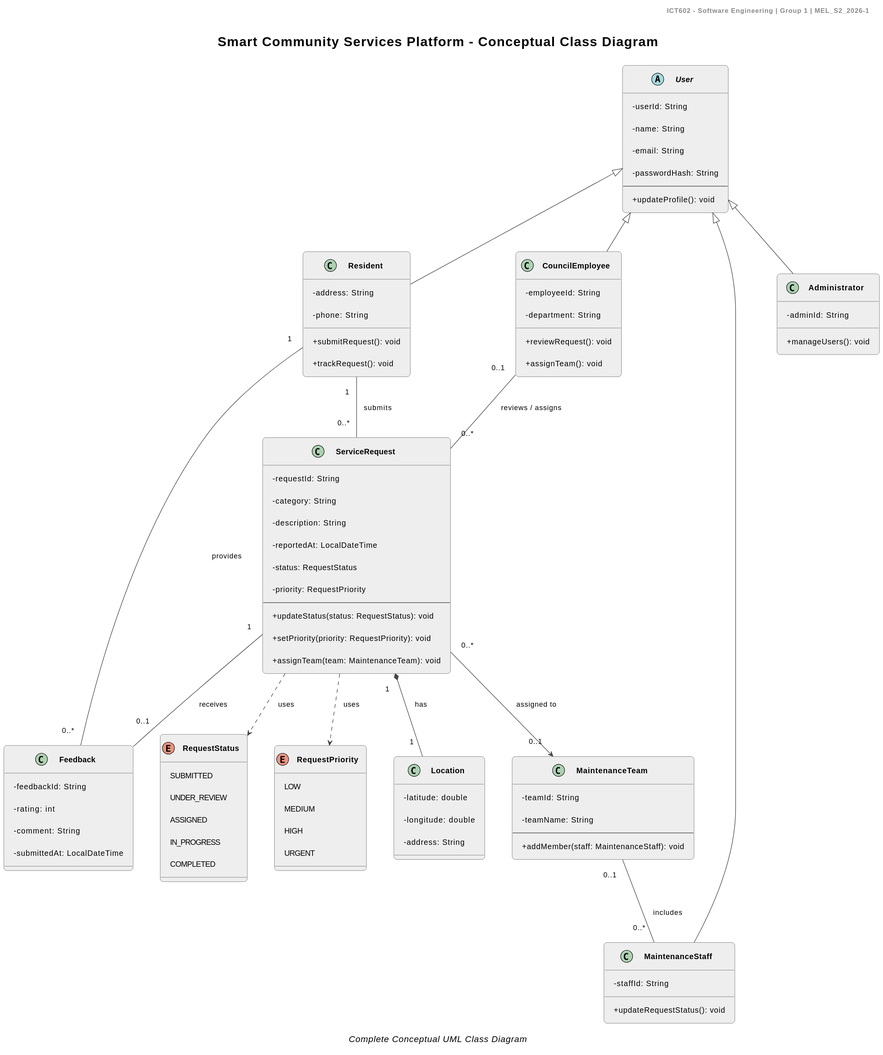
gg-sajanbasnet/ICT602-MEL_S2_2026-1 keeps this PlantUML diagram as out/docs/uml/class-diagram/class-diagram.svg. Above is the earlier version.
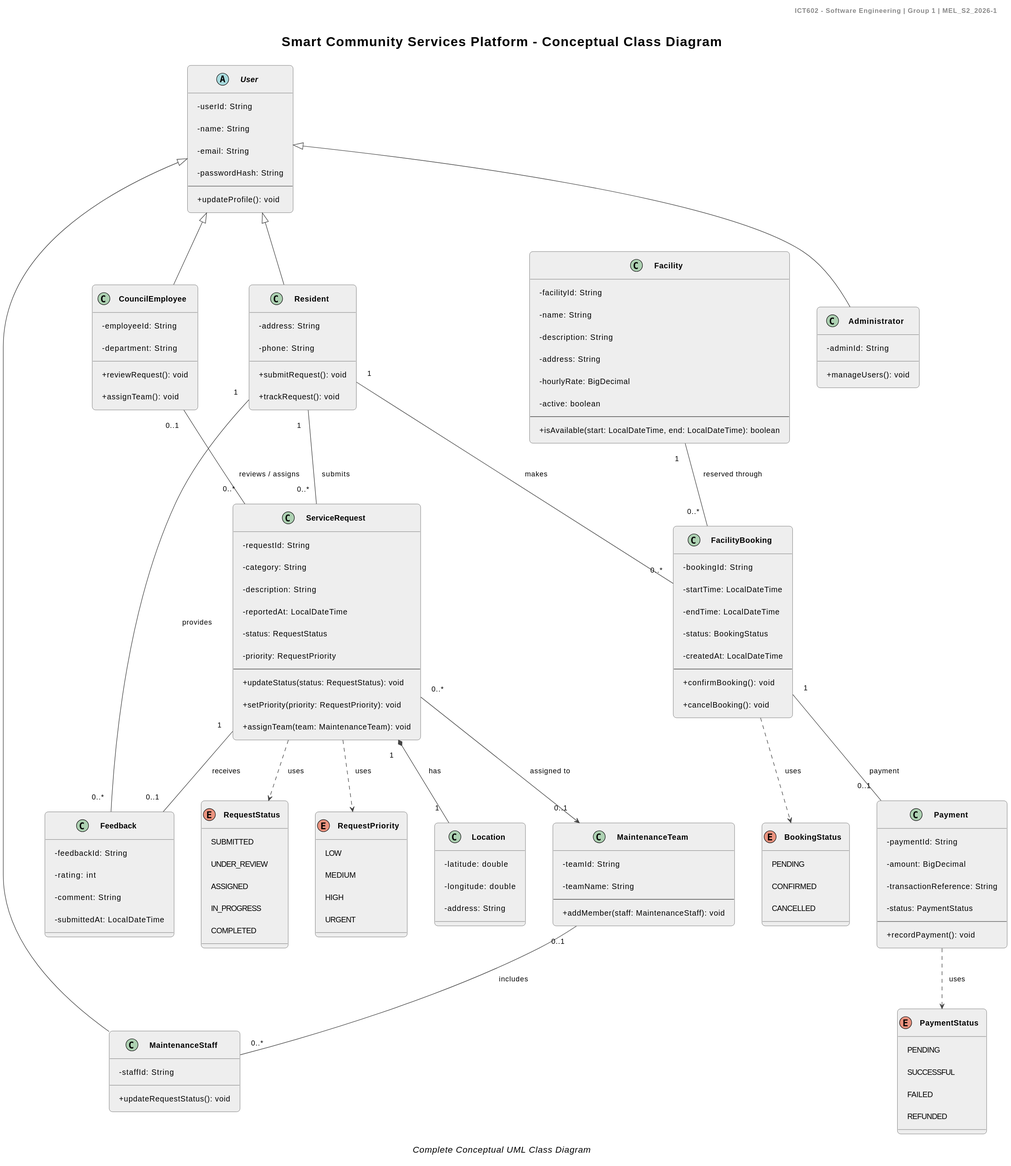
Later version of the same file.

Commit message:
docs(uml): add facility booking management module

Diff of the diagram source:
```diff
@@ -6,6 +6,7 @@
 
 !include modules/user-management.puml
 !include modules/service-request.puml
+!include modules/facility-booking.puml
 
 
 caption Complete Conceptual UML Class Diagram
```
